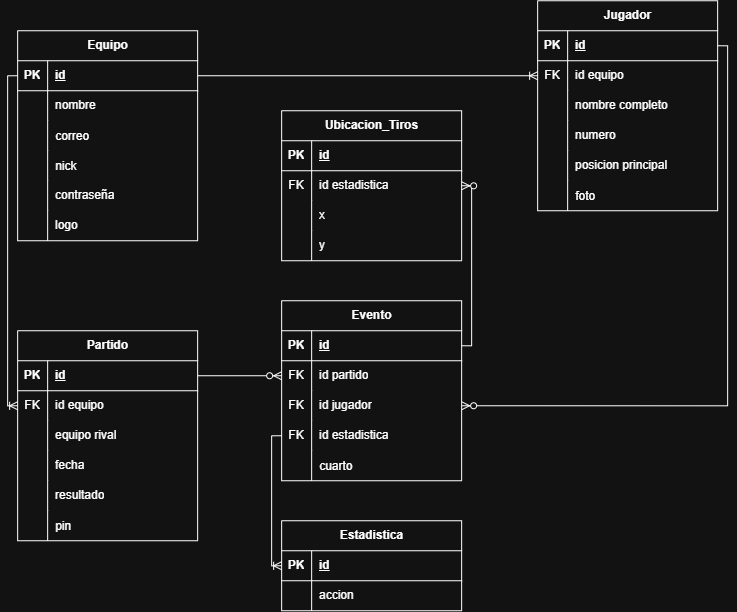
FranciscoCordoba/basstats keeps this draw.io diagram as bastats.drawio.png. Above is the earlier version. Source tidied: cells renumbered, new cells last; positions are measured from the earlier drawing's top-left corner, leaving out a move shared by most shapes.
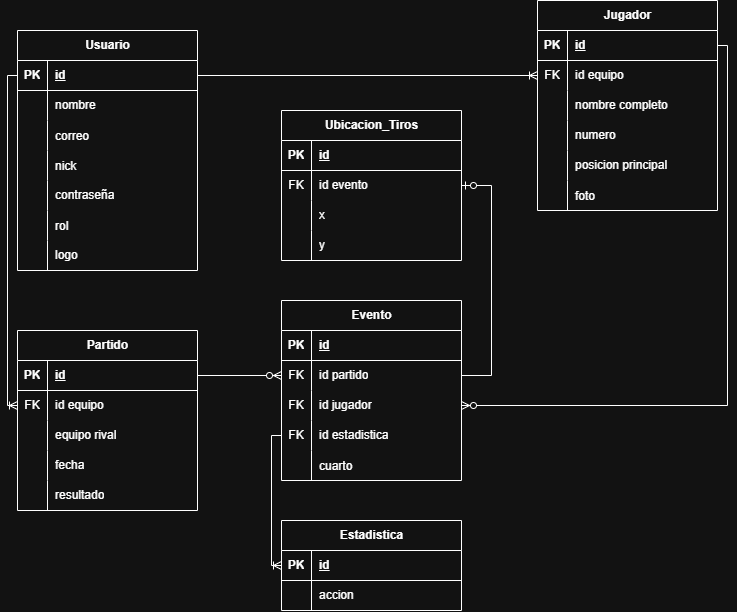
After the commit.

Change to the diagram source:
```diff
@@ -59,8 +59,8 @@
     <mxCell id="20" value="foto" style="shape=partialRectangle;fillColor=none;top=0;left=0;bottom=0;right=0;align=left;spacingLeft=6;overflow=hidden;" parent="18" vertex="1">
       <mxGeometry x="30" width="150" height="30" as="geometry" />
     </mxCell>
-    <mxCell id="21" value="Equipo" style="shape=table;startSize=30;rowLines=0;fontStyle=1;align=center;html=1;" parent="1" vertex="1">
-      <mxGeometry y="30" width="180" height="210" as="geometry" />
+    <mxCell id="21" value="Usuario" style="shape=table;startSize=30;rowLines=0;fontStyle=1;align=center;html=1;" parent="1" vertex="1">
+      <mxGeometry y="30" width="180" height="240" as="geometry" />
     </mxCell>
     <mxCell id="22" style="shape=tableRow;horizontal=0;startSize=0;swimlaneHead=0;swimlaneBody=0;fillColor=none;points=[[0,0.5],[1,0.5]];portConstraint=eastwest;top=0;left=0;right=0;bottom=1;" parent="21" vertex="1">
       <mxGeometry y="30" width="180" height="30" as="geometry" />
@@ -107,8 +107,17 @@
     <mxCell id="36" value="contraseña" style="shape=partialRectangle;fillColor=none;top=0;left=0;bottom=0;right=0;align=left;spacingLeft=6;overflow=hidden;whiteSpace=wrap;html=1;" parent="34" vertex="1">
       <mxGeometry x="30" width="150" height="30" as="geometry" />
     </mxCell>
+    <mxCell id="56" style="shape=tableRow;horizontal=0;startSize=0;swimlaneHead=0;swimlaneBody=0;fillColor=none;top=0;left=0;right=0;bottom=0;" parent="21" vertex="1">
+      <mxGeometry y="180" width="180" height="30" as="geometry" />
+    </mxCell>
+    <mxCell id="57" style="shape=partialRectangle;fillColor=none;top=0;left=0;bottom=0;right=0;overflow=hidden;" parent="56" vertex="1">
+      <mxGeometry width="30" height="30" as="geometry" />
+    </mxCell>
+    <mxCell id="101" value="rol" style="shape=partialRectangle;fillColor=none;top=0;left=0;bottom=0;right=0;align=left;spacingLeft=6;overflow=hidden;" parent="56" vertex="1">
+      <mxGeometry x="30" width="150" height="30" as="geometry" />
+    </mxCell>
     <mxCell id="37" style="shape=tableRow;horizontal=0;startSize=0;swimlaneHead=0;swimlaneBody=0;fillColor=none;top=0;left=0;right=0;bottom=0;" parent="21" vertex="1">
-      <mxGeometry y="180" width="180" height="30" as="geometry" />
+      <mxGeometry y="210" width="180" height="30" as="geometry" />
     </mxCell>
     <mxCell id="38" style="shape=partialRectangle;fillColor=none;top=0;left=0;bottom=0;right=0;overflow=hidden;whiteSpace=wrap;html=1;" parent="37" vertex="1">
       <mxGeometry width="30" height="30" as="geometry" />
@@ -117,7 +126,7 @@
       <mxGeometry x="30" width="150" height="30" as="geometry" />
     </mxCell>
     <mxCell id="40" value="Partido" style="shape=table;startSize=30;rowLines=0;fontStyle=1;align=center;html=1;" parent="1" vertex="1">
-      <mxGeometry y="330" width="180" height="210" as="geometry" />
+      <mxGeometry y="330" width="180" height="180" as="geometry" />
     </mxCell>
     <mxCell id="41" style="shape=tableRow;horizontal=0;startSize=0;swimlaneHead=0;swimlaneBody=0;fillColor=none;points=[[0,0.5],[1,0.5]];portConstraint=eastwest;top=0;left=0;right=0;bottom=1;" parent="40" vertex="1">
       <mxGeometry y="30" width="180" height="30" as="geometry" />
@@ -164,15 +173,6 @@
     <mxCell id="55" value="resultado" style="shape=partialRectangle;fillColor=none;top=0;left=0;bottom=0;right=0;align=left;spacingLeft=6;overflow=hidden;whiteSpace=wrap;html=1;" parent="53" vertex="1">
       <mxGeometry x="30" width="150" height="30" as="geometry" />
     </mxCell>
-    <mxCell id="56" style="shape=tableRow;horizontal=0;startSize=0;swimlaneHead=0;swimlaneBody=0;fillColor=none;top=0;left=0;right=0;bottom=0;" parent="40" vertex="1">
-      <mxGeometry y="180" width="180" height="30" as="geometry" />
-    </mxCell>
-    <mxCell id="57" style="shape=partialRectangle;fillColor=none;top=0;left=0;bottom=0;right=0;overflow=hidden;" parent="56" vertex="1">
-      <mxGeometry width="30" height="30" as="geometry" />
-    </mxCell>
-    <mxCell id="58" value="pin" style="shape=partialRectangle;fillColor=none;top=0;left=0;bottom=0;right=0;align=left;spacingLeft=6;overflow=hidden;" parent="56" vertex="1">
-      <mxGeometry x="30" width="150" height="30" as="geometry" />
-    </mxCell>
     <mxCell id="59" value="Evento" style="shape=table;startSize=30;rowLines=0;fontStyle=1;align=center;html=1;" parent="1" vertex="1">
       <mxGeometry x="264" y="300" width="180" height="180" as="geometry" />
     </mxCell>
@@ -239,7 +239,7 @@
     <mxCell id="80" value="FK" style="shape=partialRectangle;fillColor=none;top=0;left=0;bottom=0;right=0;fontStyle=0;overflow=hidden;whiteSpace=wrap;html=1;" parent="79" vertex="1">
       <mxGeometry width="30" height="30" as="geometry" />
     </mxCell>
-    <mxCell id="81" value="id estadistica" style="shape=partialRectangle;fillColor=none;top=0;left=0;bottom=0;right=0;align=left;spacingLeft=6;fontStyle=0;overflow=hidden;whiteSpace=wrap;html=1;" parent="79" vertex="1">
+    <mxCell id="81" value="id evento" style="shape=partialRectangle;fillColor=none;top=0;left=0;bottom=0;right=0;align=left;spacingLeft=6;fontStyle=0;overflow=hidden;whiteSpace=wrap;html=1;" parent="79" vertex="1">
       <mxGeometry x="30" width="150" height="30" as="geometry" />
     </mxCell>
     <mxCell id="82" style="shape=tableRow;horizontal=0;startSize=0;swimlaneHead=0;swimlaneBody=0;fillColor=none;top=0;left=0;right=0;bottom=0;" parent="75" vertex="1">
@@ -260,9 +260,6 @@
     <mxCell id="87" value="y" style="shape=partialRectangle;fillColor=none;top=0;left=0;bottom=0;right=0;align=left;spacingLeft=6;overflow=hidden;whiteSpace=wrap;html=1;" parent="85" vertex="1">
       <mxGeometry x="30" width="150" height="30" as="geometry" />
     </mxCell>
-    <mxCell id="88" style="edgeStyle=orthogonalEdgeStyle;fontSize=12;html=1;endArrow=ERzeroToMany;endFill=1;rounded=0;entryX=1;entryY=0.5;entryDx=0;entryDy=0;exitX=1;exitY=0.5;exitDx=0;exitDy=0;" parent="1" edge="1" source="60" target="79">
-      <mxGeometry relative="1" as="geometry" />
-    </mxCell>
     <mxCell id="89" style="edgeStyle=orthogonalEdgeStyle;fontSize=12;html=1;endArrow=ERoneToMany;rounded=0;entryX=0;entryY=0.5;entryDx=0;entryDy=0;exitX=1;exitY=0.5;exitDx=0;exitDy=0;" parent="1" edge="1" source="22" target="6">
       <mxGeometry relative="1" as="geometry" />
     </mxCell>
@@ -299,5 +296,8 @@
     <mxCell id="100" style="edgeStyle=orthogonalEdgeStyle;fontSize=12;html=1;endArrow=ERoneToMany;rounded=0;entryX=0;entryY=0.5;entryDx=0;entryDy=0;exitX=0;exitY=0.5;exitDx=0;exitDy=0;" parent="1" edge="1" source="69" target="94">
       <mxGeometry relative="1" as="geometry" />
     </mxCell>
+    <mxCell id="102" style="edgeStyle=entityRelationEdgeStyle;fontSize=12;html=1;endArrow=ERzeroToOne;endFill=1;rounded=0;entryX=1;entryY=0.5;entryDx=0;entryDy=0;exitX=1;exitY=0.5;exitDx=0;exitDy=0;" parent="1" edge="1" source="63" target="79">
+      <mxGeometry relative="1" as="geometry" />
+    </mxCell>
   </root>
 </mxGraphModel>
```
